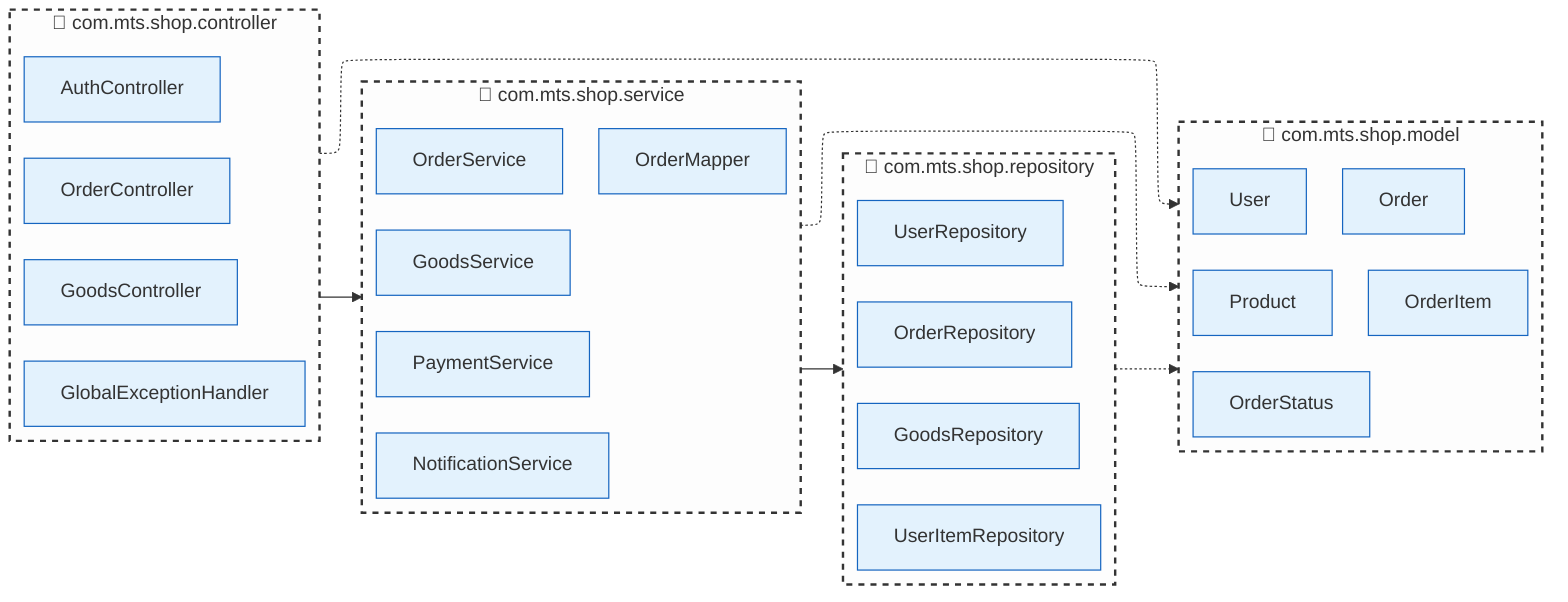
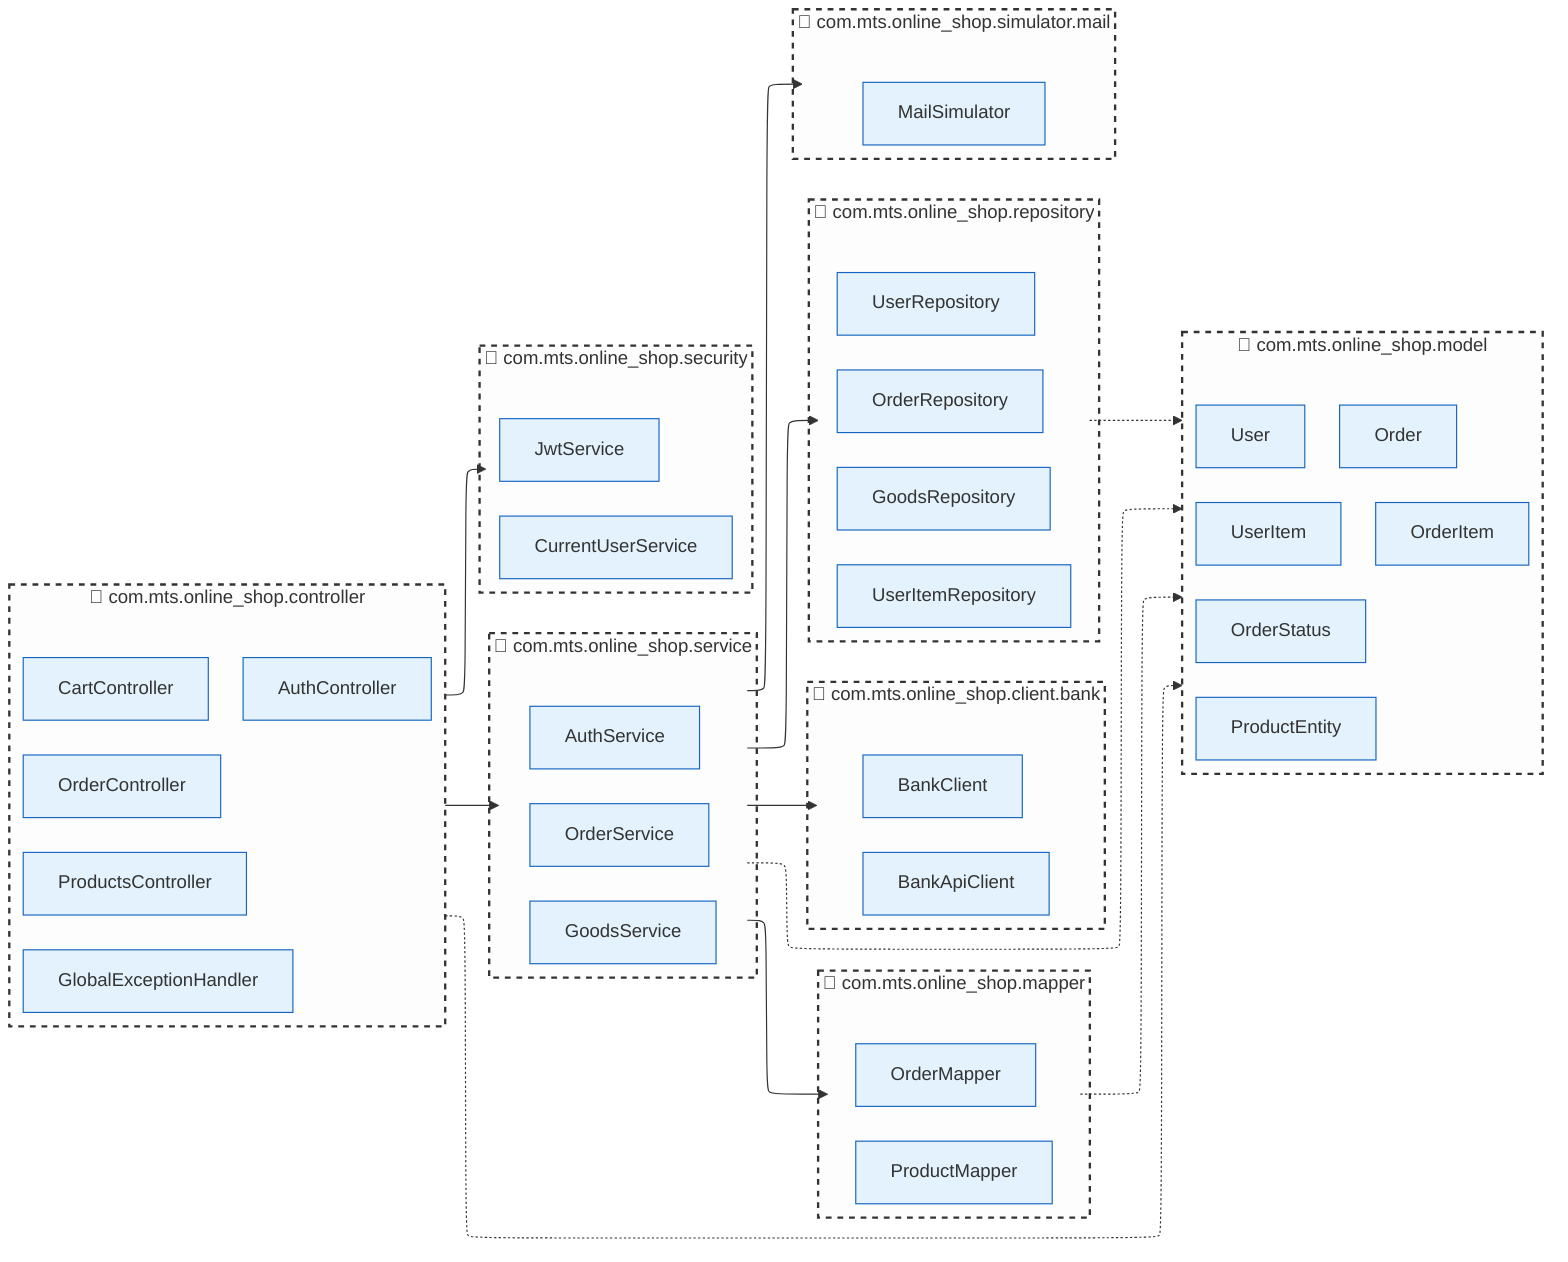
---
config:
  layout: elk
---
flowchart LR
-  subgraph Controller_Pkg["📂 com.mts.shop.controller"]
+  subgraph Controller_Pkg["📂 com.mts.online_shop.controller"]
    direction LR
        OrderController["OrderController"]
-         GoodsController["GoodsController"]
+         ProductsController["ProductsController"]
+         CartController["CartController"]
+         AuthController["AuthController"]
        GlobalExceptionHandler["GlobalExceptionHandler"]
-         AuthController["AuthController"]
  end
-  subgraph Service_Pkg["📂 com.mts.shop.service"]
+  subgraph Service_Pkg["📂 com.mts.online_shop.service"]
    direction LR
        OrderService["OrderService"]
        GoodsService["GoodsService"]
-         PaymentService["PaymentService"]
-         NotificationService["NotificationService"]
+         AuthService["AuthService"]
+   end
+  subgraph Mapper_Pkg["📂 com.mts.online_shop.mapper"]
+     direction LR
        OrderMapper["OrderMapper"]
+         ProductMapper["ProductMapper"]
  end
-  subgraph Repository_Pkg["📂 com.mts.shop.repository"]
+  subgraph Client_Pkg["📂 com.mts.online_shop.client.bank"]
+     direction LR
+         BankClient["BankClient"]
+         BankApiClient["BankApiClient"]
+   end
+  subgraph Repository_Pkg["📂 com.mts.online_shop.repository"]
    direction LR
        OrderRepository["OrderRepository"]
        GoodsRepository["GoodsRepository"]
        UserRepository["UserRepository"]
        UserItemRepository["UserItemRepository"]
  end
-  subgraph Model_Pkg["📂 com.mts.shop.model"]
+  subgraph Model_Pkg["📂 com.mts.online_shop.model"]
    direction LR
        Order["Order"]
        OrderItem["OrderItem"]
        User["User"]
-         Product["Product"]
+         UserItem["UserItem"]
+         ProductEntity["ProductEntity"]
        OrderStatus["OrderStatus"]
  end
+  subgraph Security_Pkg["📂 com.mts.online_shop.security"]
+     direction LR
+         JwtService["JwtService"]
+         CurrentUserService["CurrentUserService"]
+   end
+  subgraph Simulator_Pkg["📂 com.mts.online_shop.simulator.mail"]
+     direction LR
+         MailSimulator["MailSimulator"]
+   end
    Controller_Pkg --> Service_Pkg
+     Controller_Pkg --> Security_Pkg
    Service_Pkg --> Repository_Pkg
+     Service_Pkg --> Mapper_Pkg
+     Service_Pkg --> Client_Pkg
+     Service_Pkg --> Simulator_Pkg
    Repository_Pkg -.-> Model_Pkg
    Service_Pkg -.-> Model_Pkg
+     Mapper_Pkg -.-> Model_Pkg
    Controller_Pkg -.-> Model_Pkg

     OrderController:::cls
-      GoodsController:::cls
+      ProductsController:::cls
+      CartController:::cls
+      AuthController:::cls
     GlobalExceptionHandler:::cls
-      AuthController:::cls
     OrderService:::cls
     GoodsService:::cls
-      PaymentService:::cls
-      NotificationService:::cls
+      AuthService:::cls
     OrderMapper:::cls
+      ProductMapper:::cls
+      BankClient:::cls
+      BankApiClient:::cls
+      MailSimulator:::cls
     OrderRepository:::cls
     GoodsRepository:::cls
     UserRepository:::cls
     UserItemRepository:::cls
     Order:::cls
     OrderItem:::cls
     User:::cls
-      Product:::cls
+      UserItem:::cls
+      ProductEntity:::cls
     OrderStatus:::cls
+      JwtService:::cls
+      CurrentUserService:::cls
     Controller_Pkg:::pkg
     Service_Pkg:::pkg
+      Mapper_Pkg:::pkg
+      Client_Pkg:::pkg
     Repository_Pkg:::pkg
     Model_Pkg:::pkg
+      Security_Pkg:::pkg
+      Simulator_Pkg:::pkg
    classDef pkg fill:#fdfdfd,stroke:#333,stroke-width:2px,stroke-dasharray: 5 5
-     classDef cls fill:#e3f2fd,stroke:#1565c0,stroke-width:1px+     classDef cls fill:#e3f2fd,stroke:#1565c0,stroke-width:1px
